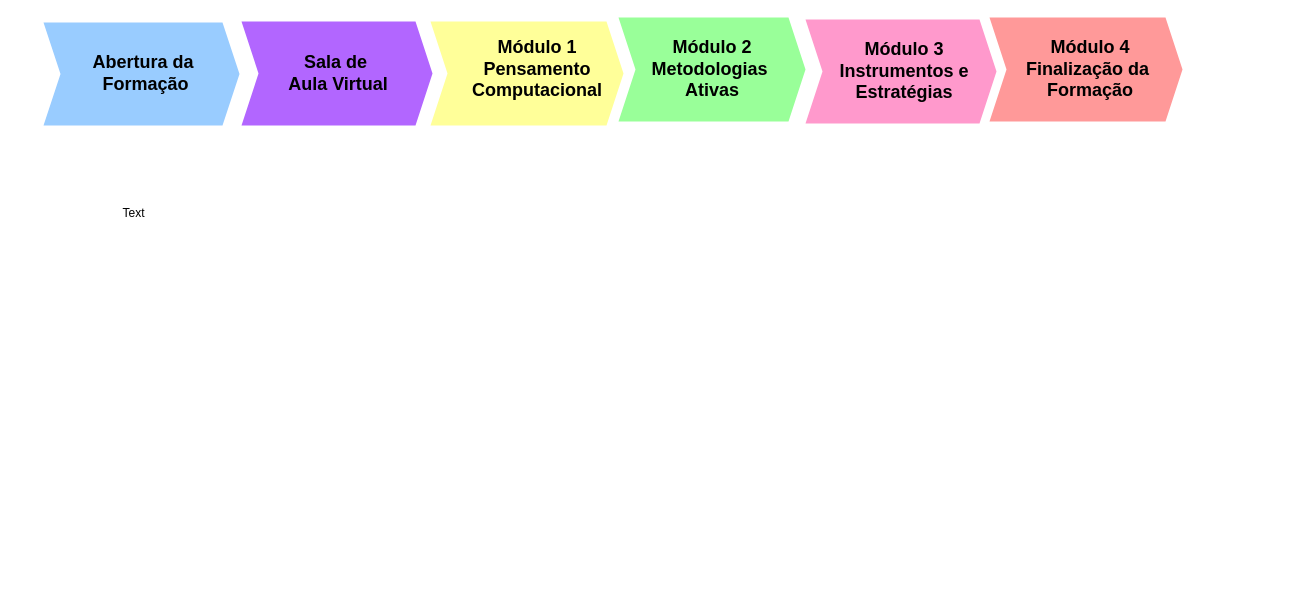
The draw.io diagram arquitetura Pedagogicae.drawio in RosianeSangali/RosianeSangali, before the edit. Source tidied: cells renumbered, new cells numbered last; positions are measured from the earlier drawing's top-left corner, leaving out a move shared by most shapes. Both pictures are drawn from the tidied source at 100%, with x=0, y=0 at pixel (43, 17).
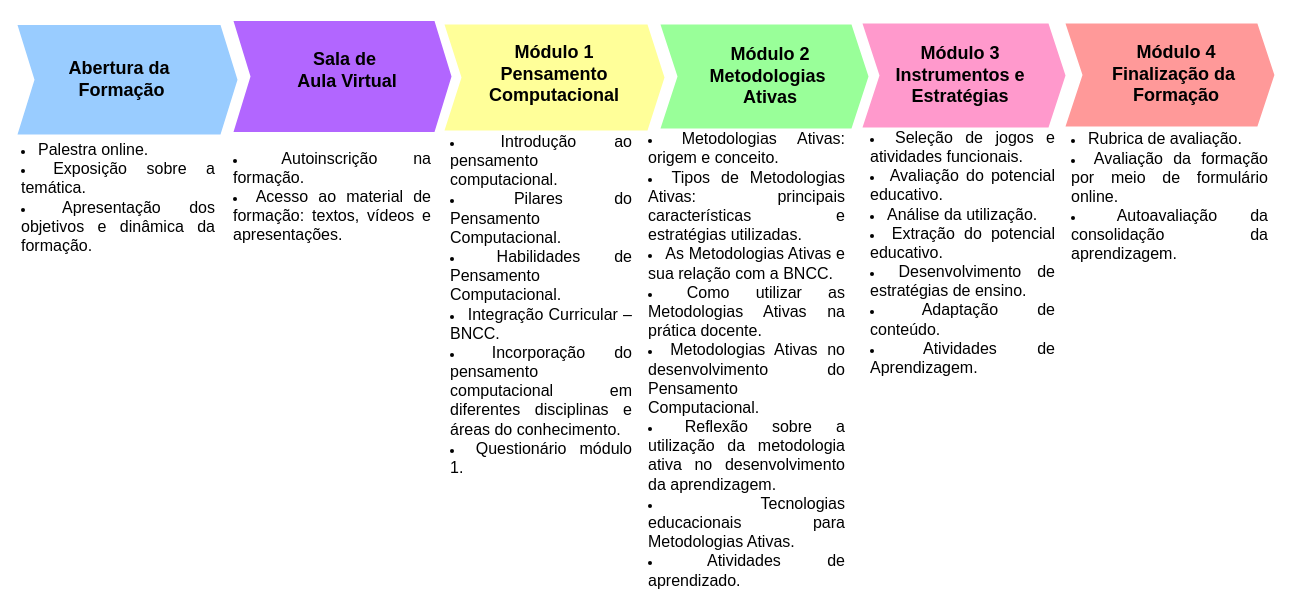
The same diagram, later.

The edit, as a diff of the source:
```diff
@@
 <mxGraphModel>
   <root>
     <mxCell id="0" />
     <mxCell id="1" parent="0" />
     <mxCell id="2" style="shape=step;perimeter=stepPerimeter;strokeColor=none;fontFamily=Helvetica;fontSize=14;fontColor=#6C8EBF;fillColor=#99CCFF;fixedSize=1;size=17;fontStyle=1;strokeWidth=2;spacingTop=0;" parent="1" vertex="1">
-      <mxGeometry y="5" width="196" height="103" as="geometry" />
+      <mxGeometry x="-26" y="7.5" width="220" height="109.5" as="geometry" />
     </mxCell>
     <mxCell id="3" style="shape=step;perimeter=stepPerimeter;strokeColor=none;fontFamily=Helvetica;fontSize=14;fillColor=#FFFF99;fixedSize=1;size=17;fontStyle=1;strokeWidth=2;spacingTop=0;" parent="1" vertex="1">
-      <mxGeometry x="387" y="4" width="193" height="104" as="geometry" />
+      <mxGeometry x="401" y="7" width="220" height="106" as="geometry" />
     </mxCell>
     <mxCell id="4" style="shape=step;perimeter=stepPerimeter;strokeColor=none;fontFamily=Helvetica;fontSize=14;fillColor=#B266FF;fixedSize=1;size=17;fontStyle=1;strokeWidth=2;spacingTop=0;" parent="1" vertex="1">
-      <mxGeometry x="198" y="4" width="191" height="104" as="geometry" />
+      <mxGeometry x="190" y="3.5" width="218" height="111" as="geometry" />
     </mxCell>
     <mxCell id="5" style="shape=step;perimeter=stepPerimeter;strokeColor=none;fontFamily=Helvetica;fontSize=14;fillColor=#FF9999;fixedSize=1;size=17;fontStyle=1;strokeWidth=2;spacingTop=0;" parent="1" vertex="1">
-      <mxGeometry x="946" width="193" height="104" as="geometry" />
+      <mxGeometry x="1022" y="6" width="208.9" height="103" as="geometry" />
     </mxCell>
     <mxCell id="6" style="shape=step;perimeter=stepPerimeter;strokeColor=none;fontFamily=Helvetica;fontSize=14;fillColor=#99FF99;fixedSize=1;size=17;fontStyle=1;strokeWidth=2;spacingTop=0;" parent="1" vertex="1">
-      <mxGeometry x="575" width="187" height="104" as="geometry" />
+      <mxGeometry x="617" y="7" width="208" height="104" as="geometry" />
     </mxCell>
     <mxCell id="7" style="shape=step;perimeter=stepPerimeter;strokeColor=none;fontFamily=Helvetica;fontSize=14;fillColor=#FF99CC;fixedSize=1;size=17;fontStyle=1;strokeWidth=2;spacingTop=0;" parent="1" vertex="1">
-      <mxGeometry x="762" y="2" width="191" height="104" as="geometry" />
+      <mxGeometry x="819" y="6" width="203" height="104" as="geometry" />
     </mxCell>
     <mxCell id="8" value="&lt;font style=&quot;font-size: 18px;&quot;&gt;&lt;b&gt;Abertura da&lt;/b&gt;&lt;/font&gt;&lt;div&gt;&lt;font style=&quot;font-size: 18px;&quot;&gt;&lt;b&gt;&amp;nbsp;Formação&lt;/b&gt;&lt;/font&gt;&lt;/div&gt;" style="text;html=1;align=center;verticalAlign=middle;whiteSpace=wrap;rounded=0;" parent="1" vertex="1">
-      <mxGeometry x="7.5" y="41" width="184" height="30" as="geometry" />
+      <mxGeometry x="-16" y="47.2" width="184" height="30" as="geometry" />
     </mxCell>
     <mxCell id="9" value="&lt;span style=&quot;font-size: 18px;&quot;&gt;&lt;b&gt;Módulo 1&lt;/b&gt;&lt;/span&gt;&lt;div&gt;&lt;span style=&quot;font-size: 18px;&quot;&gt;&lt;b&gt;Pensamento Computacional&lt;/b&gt;&lt;/span&gt;&lt;/div&gt;" style="text;html=1;align=center;verticalAlign=middle;whiteSpace=wrap;rounded=0;" parent="1" vertex="1">
-      <mxGeometry x="402" y="37" width="184" height="30" as="geometry" />
+      <mxGeometry x="419" y="41.5" width="184" height="30" as="geometry" />
     </mxCell>
     <mxCell id="10" value="&lt;span style=&quot;font-size: 18px;&quot;&gt;&lt;b&gt;Módulo 2&lt;/b&gt;&lt;/span&gt;&lt;div&gt;&lt;span style=&quot;font-size: 18px;&quot;&gt;&lt;b&gt;Metodologias&amp;nbsp;&lt;/b&gt;&lt;/span&gt;&lt;/div&gt;&lt;div&gt;&lt;span style=&quot;font-size: 18px;&quot;&gt;&lt;b&gt;Ativas&lt;/b&gt;&lt;/span&gt;&lt;/div&gt;" style="text;html=1;align=center;verticalAlign=middle;whiteSpace=wrap;rounded=0;" parent="1" vertex="1">
-      <mxGeometry x="576.5" y="37" width="184" height="30" as="geometry" />
+      <mxGeometry x="635" y="44" width="184" height="30" as="geometry" />
     </mxCell>
     <mxCell id="11" value="&lt;span style=&quot;font-size: 18px;&quot;&gt;&lt;b&gt;Módulo 3&lt;/b&gt;&lt;/span&gt;&lt;div&gt;&lt;span style=&quot;font-size: 18px;&quot;&gt;&lt;b&gt;Instrumentos e Estratégias&lt;/b&gt;&lt;/span&gt;&lt;/div&gt;" style="text;html=1;align=center;verticalAlign=middle;whiteSpace=wrap;rounded=0;" parent="1" vertex="1">
-      <mxGeometry x="769" y="39" width="184" height="30" as="geometry" />
+      <mxGeometry x="825" y="42.5" width="184" height="30" as="geometry" />
     </mxCell>
     <mxCell id="12" value="&lt;span style=&quot;font-size: 18px;&quot;&gt;&lt;b&gt;Módulo 4&lt;/b&gt;&lt;/span&gt;&lt;div&gt;&lt;span style=&quot;font-size: 18px;&quot;&gt;&lt;b&gt;Finalização da&amp;nbsp;&lt;/b&gt;&lt;/span&gt;&lt;/div&gt;&lt;div&gt;&lt;span style=&quot;font-size: 18px;&quot;&gt;&lt;b&gt;Formação&lt;/b&gt;&lt;/span&gt;&lt;/div&gt;" style="text;html=1;align=center;verticalAlign=middle;whiteSpace=wrap;rounded=0;" parent="1" vertex="1">
-      <mxGeometry x="955" y="37" width="184" height="30" as="geometry" />
+      <mxGeometry x="1041" y="41.5" width="184" height="30" as="geometry" />
     </mxCell>
     <mxCell id="13" value="&lt;span style=&quot;font-size: 18px;&quot;&gt;&lt;b&gt;Sala de&amp;nbsp;&lt;/b&gt;&lt;/span&gt;&lt;div&gt;&lt;span style=&quot;font-size: 18px;&quot;&gt;&lt;b&gt;Aula Virtual&lt;/b&gt;&lt;/span&gt;&lt;/div&gt;" style="text;html=1;align=center;verticalAlign=middle;whiteSpace=wrap;rounded=0;" parent="1" vertex="1">
-      <mxGeometry x="203" y="41" width="184" height="30" as="geometry" />
+      <mxGeometry x="212" y="38" width="184" height="30" as="geometry" />
     </mxCell>
-    <mxCell id="14" value="Text" style="text;html=1;align=center;verticalAlign=middle;whiteSpace=wrap;rounded=0;" parent="1" vertex="1">
-      <mxGeometry y="112" width="181" height="167" as="geometry" />
+    <mxCell id="14" value="&lt;li style=&quot;text-align: justify;&quot;&gt;&lt;font style=&quot;font-size: 16px;&quot;&gt;Palestra online.&lt;/font&gt;&lt;/li&gt;&lt;li style=&quot;text-align: justify;&quot;&gt;&lt;font size=&quot;3&quot;&gt;Exposição sobre a temática.&lt;/font&gt;&lt;/li&gt;&lt;li style=&quot;text-align: justify;&quot;&gt;&lt;font size=&quot;3&quot;&gt;Apresentação dos objetivos e dinâmica da formação.&lt;/font&gt;&lt;/li&gt;" style="text;html=1;align=left;verticalAlign=middle;whiteSpace=wrap;rounded=0;" parent="1" vertex="1">
+      <mxGeometry x="-24" y="120" width="196" height="119" as="geometry" />
     </mxCell>
+    <mxCell id="15" value="&lt;li style=&quot;text-align: justify;&quot;&gt;&lt;font style=&quot;font-size: 16px;&quot;&gt;Autoinscrição na formação.&lt;/font&gt;&lt;/li&gt;&lt;li style=&quot;text-align: justify;&quot;&gt;&lt;font size=&quot;3&quot;&gt;Acesso ao material de formação: textos, vídeos e apresentações.&lt;/font&gt;&lt;/li&gt;" style="text;html=1;align=left;verticalAlign=middle;whiteSpace=wrap;rounded=0;" parent="1" vertex="1">
+      <mxGeometry x="188" y="118" width="200" height="121" as="geometry" />
+    </mxCell>
+    <mxCell id="16" value="&lt;li style=&quot;text-align: justify;&quot;&gt;&lt;font style=&quot;font-size: 16px;&quot;&gt;Introdução ao pensamento computacional.&lt;/font&gt;&lt;/li&gt;&lt;li style=&quot;text-align: justify;&quot;&gt;&lt;font size=&quot;3&quot; style=&quot;&quot;&gt;Pilares do Pensamento Computacional.&lt;/font&gt;&lt;/li&gt;&lt;li style=&quot;text-align: justify;&quot;&gt;&lt;font size=&quot;3&quot;&gt;Habilidades de Pensamento Computacional.&lt;/font&gt;&lt;/li&gt;&lt;li style=&quot;text-align: justify;&quot;&gt;&lt;font size=&quot;3&quot;&gt;Integração Curricular – BNCC.&lt;/font&gt;&lt;/li&gt;&lt;li style=&quot;text-align: justify;&quot;&gt;&lt;font size=&quot;3&quot;&gt;Incorporação do pensamento computacional em diferentes disciplinas e áreas do conhecimento.&lt;/font&gt;&lt;/li&gt;&lt;li style=&quot;text-align: justify;&quot;&gt;&lt;font size=&quot;3&quot;&gt;Questionário módulo 1.&lt;/font&gt;&lt;/li&gt;" style="text;html=1;align=left;verticalAlign=middle;whiteSpace=wrap;rounded=0;" parent="1" vertex="1">
+      <mxGeometry x="405" y="171" width="184" height="232" as="geometry" />
+    </mxCell>
+    <mxCell id="17" value="&lt;li style=&quot;text-align: justify;&quot;&gt;&lt;font style=&quot;font-size: 16px;&quot;&gt;Metodologias Ativas: origem e conceito.&lt;/font&gt;&lt;/li&gt;&lt;li style=&quot;text-align: justify;&quot;&gt;&lt;font size=&quot;3&quot;&gt;Tipos de Metodologias Ativas: principais características e estratégias utilizadas.&lt;/font&gt;&lt;/li&gt;&lt;li style=&quot;text-align: justify;&quot;&gt;&lt;font size=&quot;3&quot;&gt;As Metodologias Ativas e sua relação com a BNCC.&lt;/font&gt;&lt;/li&gt;&lt;li style=&quot;text-align: justify;&quot;&gt;&lt;font size=&quot;3&quot;&gt;Como utilizar as Metodologias Ativas na prática docente.&lt;/font&gt;&lt;/li&gt;&lt;li style=&quot;text-align: justify;&quot;&gt;&lt;font size=&quot;3&quot;&gt;Metodologias Ativas no desenvolvimento do Pensamento Computacional.&lt;/font&gt;&lt;/li&gt;&lt;li style=&quot;text-align: justify;&quot;&gt;&lt;font size=&quot;3&quot;&gt;Reflexão sobre a utilização da metodologia ativa no desenvolvimento da aprendizagem.&lt;/font&gt;&lt;/li&gt;&lt;li style=&quot;text-align: justify;&quot;&gt;&lt;font size=&quot;3&quot;&gt;Tecnologias educacionais para Metodologias Ativas.&lt;/font&gt;&lt;/li&gt;&lt;li style=&quot;text-align: justify;&quot;&gt;&lt;font size=&quot;3&quot;&gt;Atividades de aprendizado.&lt;/font&gt;&lt;/li&gt;" style="text;html=1;align=left;verticalAlign=middle;whiteSpace=wrap;rounded=0;" parent="1" vertex="1">
+      <mxGeometry x="603" y="264" width="199" height="155" as="geometry" />
+    </mxCell>
+    <mxCell id="18" value="&lt;li style=&quot;text-align: justify;&quot;&gt;&lt;font style=&quot;font-size: 16px;&quot;&gt;Seleção de jogos e atividades funcionais.&lt;/font&gt;&lt;/li&gt;&lt;li style=&quot;text-align: justify;&quot;&gt;&lt;font size=&quot;3&quot; style=&quot;&quot;&gt;Avaliação do potencial educativo.&lt;/font&gt;&lt;/li&gt;&lt;li style=&quot;text-align: justify;&quot;&gt;&lt;font size=&quot;3&quot;&gt;Análise da utilização.&lt;/font&gt;&lt;/li&gt;&lt;li style=&quot;text-align: justify;&quot;&gt;&lt;font size=&quot;3&quot;&gt;Extração do potencial educativo.&lt;/font&gt;&lt;/li&gt;&lt;li style=&quot;text-align: justify;&quot;&gt;&lt;font size=&quot;3&quot;&gt;Desenvolvimento de estratégias de ensino.&lt;/font&gt;&lt;/li&gt;&lt;li style=&quot;text-align: justify;&quot;&gt;&lt;font size=&quot;3&quot;&gt;Adaptação de conteúdo.&lt;/font&gt;&lt;/li&gt;&lt;li style=&quot;text-align: justify;&quot;&gt;&lt;font size=&quot;3&quot;&gt;Atividades de Aprendizagem.&lt;/font&gt;&lt;/li&gt;" style="text;html=1;align=left;verticalAlign=middle;whiteSpace=wrap;rounded=0;" parent="1" vertex="1">
+      <mxGeometry x="825" y="118" width="187" height="233" as="geometry" />
+    </mxCell>
+    <mxCell id="19" value="&lt;li style=&quot;text-align: justify;&quot;&gt;&lt;font style=&quot;font-size: 16px;&quot;&gt;Rubrica de avaliação.&lt;/font&gt;&lt;/li&gt;&lt;li style=&quot;text-align: justify;&quot;&gt;&lt;font size=&quot;3&quot;&gt;Avaliação da formação por meio de formulário online.&lt;/font&gt;&lt;/li&gt;&lt;li style=&quot;text-align: justify;&quot;&gt;&lt;font size=&quot;3&quot;&gt;Autoavaliação da consolidação da aprendizagem.&lt;/font&gt;&lt;/li&gt;" style="text;html=1;align=left;verticalAlign=middle;whiteSpace=wrap;rounded=0;" parent="1" vertex="1">
+      <mxGeometry x="1026" y="101" width="199" height="155" as="geometry" />
+    </mxCell>
   </root>
 </mxGraphModel>
```
